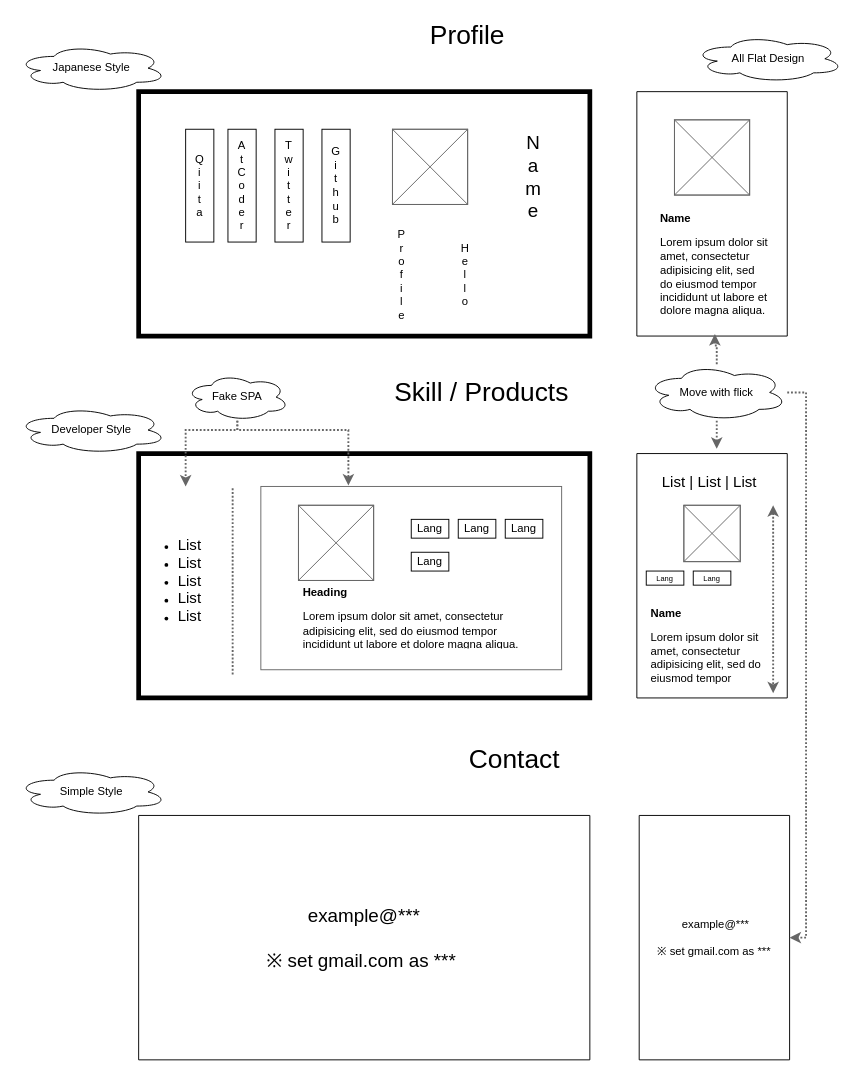
aecomet/aecomet.github.io keeps this draw.io diagram as doc/Mock.drawio. Above is the earlier version. Source tidied: cells renumbered, new cells numbered last; positions are measured from the earlier drawing's top-left corner, leaving out a move shared by most shapes. Both pictures are drawn from the tidied source at 94%, with x=0, y=0 at pixel (16, 16).
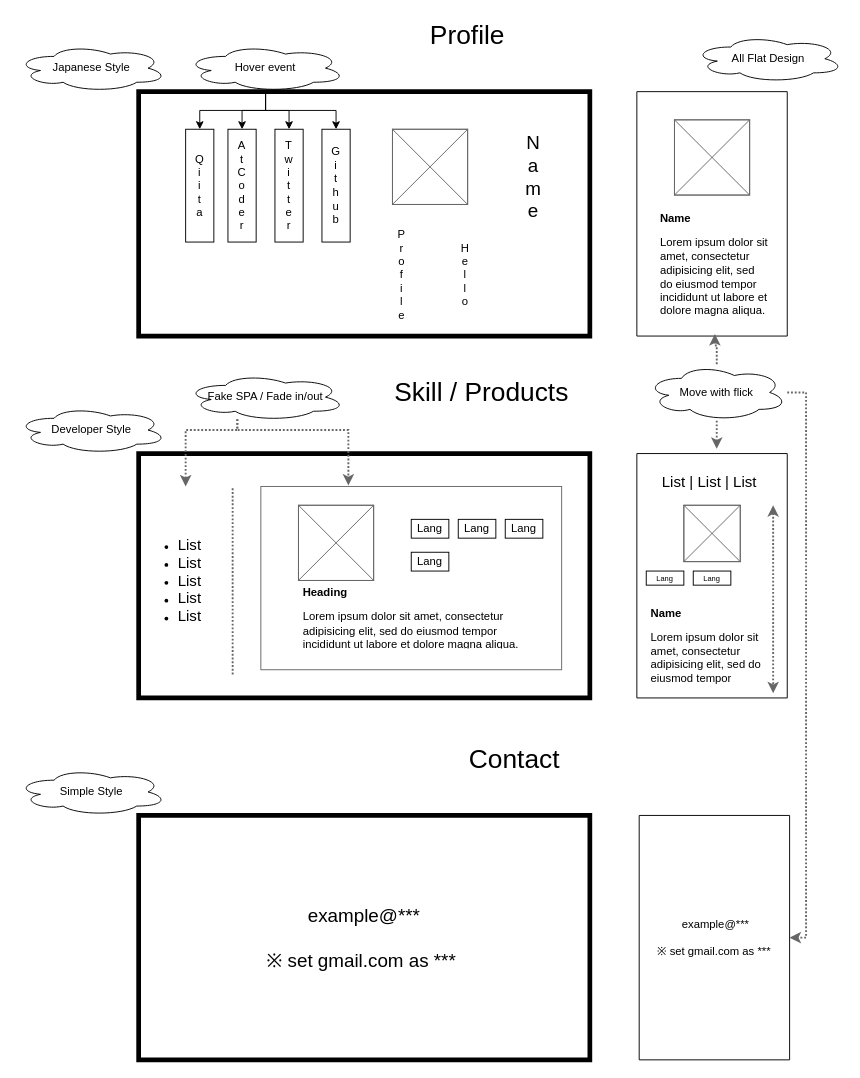
Above is the later version.

The change refers to these unchanged cells:
```xml
<mxCell id="38" value="G&lt;br style=&quot;font-size: 12px;&quot;&gt;i&lt;br style=&quot;font-size: 12px;&quot;&gt;t&lt;br style=&quot;font-size: 12px;&quot;&gt;h&lt;br style=&quot;font-size: 12px;&quot;&gt;u&lt;br style=&quot;font-size: 12px;&quot;&gt;b" style="rounded=0;whiteSpace=wrap;html=1;strokeColor=#000000;fillColor=none;fontSize=12;align=center;" parent="1" vertex="1">
  <mxGeometry x="325" y="120" width="30" height="120" as="geometry" />
</mxCell>
<mxCell id="39" value="T&lt;br style=&quot;font-size: 12px;&quot;&gt;w&lt;br style=&quot;font-size: 12px;&quot;&gt;i&lt;br style=&quot;font-size: 12px;&quot;&gt;t&lt;br style=&quot;font-size: 12px;&quot;&gt;t&lt;br style=&quot;font-size: 12px;&quot;&gt;e&lt;br style=&quot;font-size: 12px;&quot;&gt;r" style="rounded=0;whiteSpace=wrap;html=1;strokeColor=#000000;fillColor=none;fontSize=12;align=center;" parent="1" vertex="1">
  <mxGeometry x="275" y="120" width="30" height="120" as="geometry" />
</mxCell>
<mxCell id="40" value="A&lt;br&gt;t&lt;br&gt;C&lt;br&gt;o&lt;br&gt;d&lt;br&gt;e&lt;br&gt;r" style="rounded=0;whiteSpace=wrap;html=1;strokeColor=#000000;fillColor=none;fontSize=12;align=center;" parent="1" vertex="1">
  <mxGeometry x="225" y="120" width="30" height="120" as="geometry" />
</mxCell>
<mxCell id="41" value="Q&lt;br&gt;i&lt;br&gt;i&lt;br&gt;t&lt;br&gt;a" style="rounded=0;whiteSpace=wrap;html=1;strokeColor=#000000;fillColor=none;fontSize=12;align=center;" parent="1" vertex="1">
  <mxGeometry x="180" y="120" width="30" height="120" as="geometry" />
</mxCell>
```

The edit, as a diff of the source:
```diff
@@
-    <mxCell id="14" style="verticalLabelPosition=bottom;verticalAlign=top;html=1;shape=mxgraph.basic.rect;fillColor2=none;strokeWidth=1;size=20;indent=5;fillColor=none;" parent="1" vertex="1">
+    <mxCell id="14" style="verticalLabelPosition=bottom;verticalAlign=top;html=1;shape=mxgraph.basic.rect;fillColor2=none;strokeWidth=5;size=20;indent=5;fillColor=none;" parent="1" vertex="1">
       <mxGeometry x="130" y="850" width="480" height="260" as="geometry" />
     </mxCell>
@@
-    <mxCell id="23" value="Fake SPA" style="ellipse;shape=cloud;whiteSpace=wrap;html=1;strokeColor=#000000;fillColor=none;fontSize=12;" parent="1" vertex="1">
-      <mxGeometry x="180" y="380" width="110" height="50" as="geometry" />
+    <mxCell id="23" value="Fake SPA / Fade in/out" style="ellipse;shape=cloud;whiteSpace=wrap;html=1;strokeColor=#000000;fillColor=none;fontSize=12;" parent="1" vertex="1">
+      <mxGeometry x="180" y="380" width="170" height="50" as="geometry" />
     </mxCell>
@@
+    <mxCell id="66" style="edgeStyle=orthogonalEdgeStyle;rounded=0;jettySize=auto;html=1;" parent="1" edge="1" source="70" target="38">
+      <mxGeometry relative="1" as="geometry" />
+    </mxCell>
+    <mxCell id="67" style="edgeStyle=orthogonalEdgeStyle;rounded=0;jettySize=auto;html=1;entryX=0.5;entryY=0;entryDx=0;entryDy=0;" parent="1" edge="1" source="70" target="39">
+      <mxGeometry relative="1" as="geometry" />
+    </mxCell>
+    <mxCell id="68" style="edgeStyle=orthogonalEdgeStyle;rounded=0;jettySize=auto;html=1;" parent="1" edge="1" source="70" target="40">
+      <mxGeometry relative="1" as="geometry" />
+    </mxCell>
+    <mxCell id="69" style="edgeStyle=orthogonalEdgeStyle;rounded=0;jettySize=auto;html=1;" parent="1" edge="1" source="70" target="41">
+      <mxGeometry relative="1" as="geometry" />
+    </mxCell>
+    <mxCell id="70" value="Hover event" style="ellipse;shape=cloud;whiteSpace=wrap;html=1;strokeColor=#000000;fillColor=none;fontSize=12;" parent="1" vertex="1">
+      <mxGeometry x="180" y="30" width="170" height="50" as="geometry" />
+    </mxCell>
```
